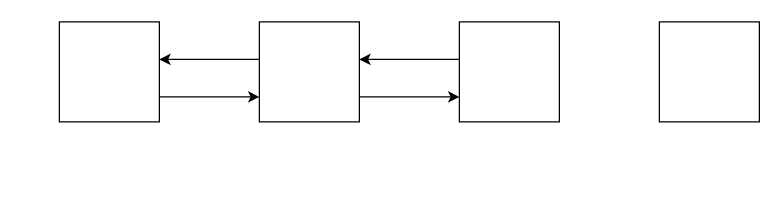
sreeragh-ar/Angular2torial keeps this draw.io diagram as app/Untitled Diagram.drawio. Above is the earlier version. Source tidied: cells renumbered, new cells numbered last; positions are measured from the earlier drawing's top-left corner, leaving out a move shared by most shapes. Both pictures are drawn from the tidied source at 125%, with x=0, y=0 at pixel (59, 21).
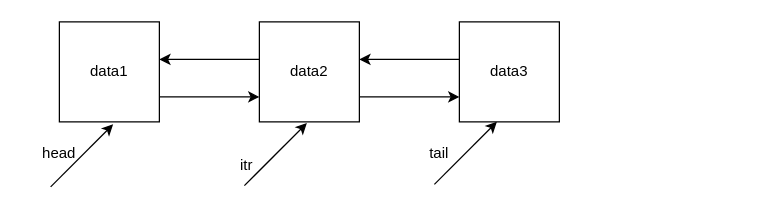
After the change.

Diff of the diagram source:
```diff
@@
-    <mxCell id="3" style="whiteSpace=wrap;html=1;" parent="1" vertex="1">
+    <mxCell id="3" value="data1" style="whiteSpace=wrap;html=1;" parent="1" vertex="1">
       <mxGeometry width="80" height="80" as="geometry" />
     </mxCell>
@@
-    <mxCell id="6" style="whiteSpace=wrap;html=1;" parent="1" vertex="1">
+    <mxCell id="6" value="data2" style="whiteSpace=wrap;html=1;" parent="1" vertex="1">
       <mxGeometry x="160" width="80" height="80" as="geometry" />
     </mxCell>
@@
-    <mxCell id="8" style="whiteSpace=wrap;html=1;" parent="1" vertex="1">
+    <mxCell id="8" value="data3&lt;br&gt;" style="whiteSpace=wrap;html=1;" parent="1" vertex="1">
       <mxGeometry x="320" width="80" height="80" as="geometry" />
     </mxCell>
-    <mxCell id="9" style="whiteSpace=wrap;html=1;" parent="1" vertex="1">
-      <mxGeometry x="480" width="80" height="80" as="geometry" />
-    </mxCell>
+    <mxCell id="10" style="endArrow=classic;html=1;rounded=0;" parent="1" edge="1">
+      <mxGeometry relative="1" as="geometry">
+        <mxPoint x="300" y="130" as="sourcePoint" />
+        <mxPoint x="350" y="80" as="targetPoint" />
+      </mxGeometry>
+    </mxCell>
+    <mxCell id="11" style="endArrow=classic;html=1;rounded=0;" parent="1" edge="1">
+      <mxGeometry relative="1" as="geometry">
+        <mxPoint x="-7" y="132" as="sourcePoint" />
+        <mxPoint x="43" y="82" as="targetPoint" />
+      </mxGeometry>
+    </mxCell>
+    <mxCell id="12" value="tail" style="text;html=1;strokeColor=none;fillColor=none;align=center;verticalAlign=middle;whiteSpace=wrap;rounded=0;" parent="1" vertex="1">
+      <mxGeometry x="274" y="90" width="60" height="30" as="geometry" />
+    </mxCell>
+    <mxCell id="13" value="head" style="text;html=1;strokeColor=none;fillColor=none;align=center;verticalAlign=middle;whiteSpace=wrap;rounded=0;" parent="1" vertex="1">
+      <mxGeometry x="-30" y="90" width="60" height="30" as="geometry" />
+    </mxCell>
+    <mxCell id="14" style="endArrow=classic;html=1;rounded=0;" parent="1" edge="1">
+      <mxGeometry relative="1" as="geometry">
+        <mxPoint x="148" y="131" as="sourcePoint" />
+        <mxPoint x="198" y="81" as="targetPoint" />
+      </mxGeometry>
+    </mxCell>
+    <mxCell id="15" value="itr" style="text;html=1;strokeColor=none;fillColor=none;align=center;verticalAlign=middle;whiteSpace=wrap;rounded=0;" parent="1" vertex="1">
+      <mxGeometry x="120" y="100" width="60" height="30" as="geometry" />
+    </mxCell>
```
